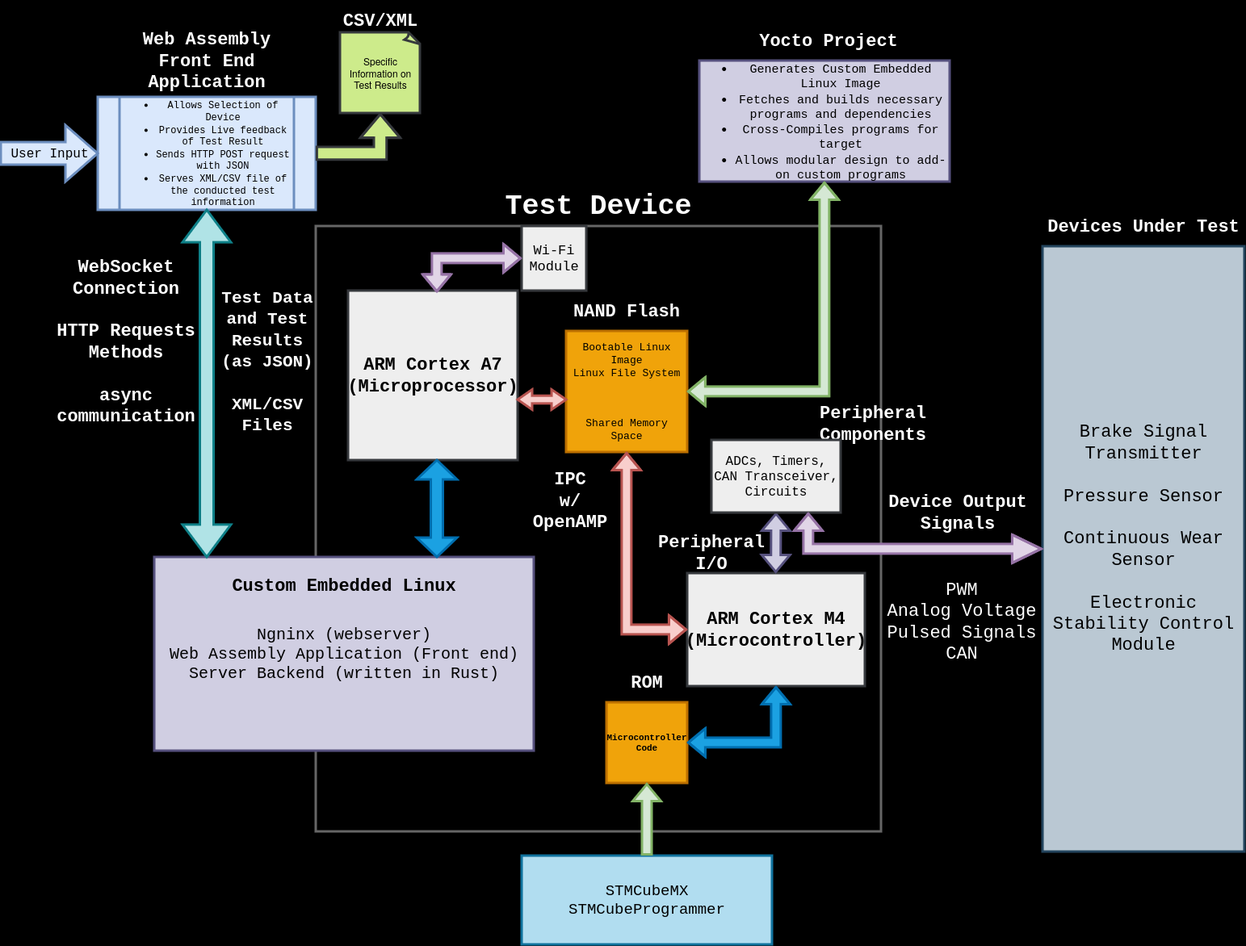
Earlier version of the draw.io export FinalPresentation-Release/assets/diagrams/block_diagram.drawio.png (DMGDy/ECE4820-Presentation). Source tidied: cells renumbered, new cells last; positions are measured from the earlier drawing's top-left corner, leaving out a move shared by most shapes.
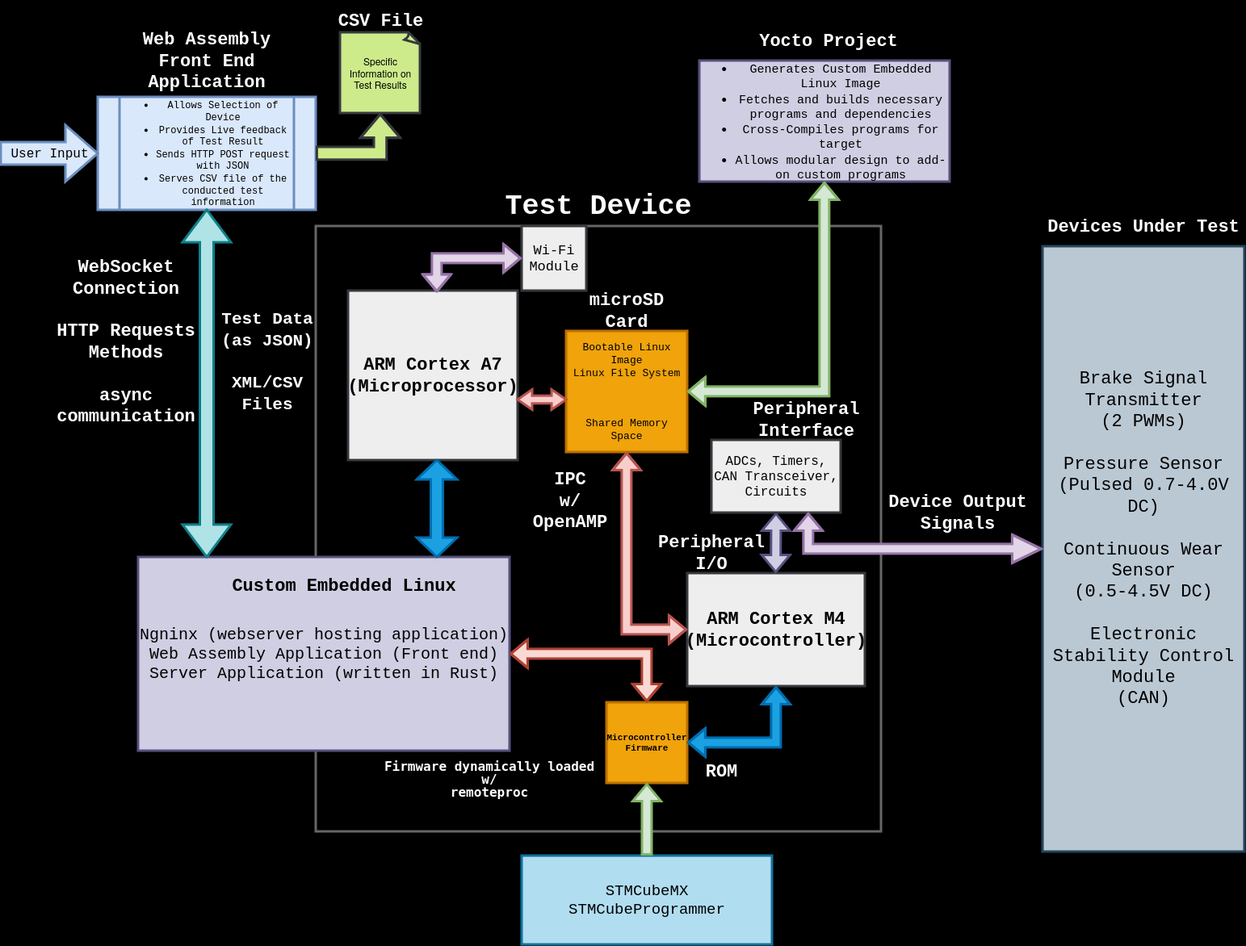
The same diagram one commit later.

What changed in the source:
```diff
@@ -2,21 +2,18 @@
   <root>
     <mxCell id="0" />
     <mxCell id="1" parent="0" />
+    <mxCell id="4" style="rounded=0;whiteSpace=wrap;html=1;labelBackgroundColor=none;strokeWidth=3;fillColor=#000000;strokeColor=#666666;gradientColor=none;" parent="1" vertex="1">
+      <mxGeometry x="390" y="280" width="700" height="750" as="geometry" />
+    </mxCell>
     <mxCell id="2" value="Devices Under Test" style="text;html=1;align=center;verticalAlign=middle;whiteSpace=wrap;rounded=0;fontFamily=Courier New;fontSize=22;fontStyle=1;labelBackgroundColor=none;strokeWidth=3;fontColor=#ffffff;" parent="1" vertex="1">
       <mxGeometry x="1290" y="255" width="250" height="50" as="geometry" />
     </mxCell>
-    <mxCell id="3" value="Brake Signal Transmitter&lt;br style=&quot;font-size: 22px;&quot;&gt;&lt;br style=&quot;font-size: 22px;&quot;&gt;Pressure Sensor&lt;br style=&quot;font-size: 22px;&quot;&gt;&lt;br style=&quot;font-size: 22px;&quot;&gt;Continuous Wear Sensor&lt;br style=&quot;font-size: 22px;&quot;&gt;&lt;br style=&quot;font-size: 22px;&quot;&gt;Electronic Stability Control Module&lt;br&gt;&lt;div style=&quot;font-size: 22px;&quot;&gt;&lt;br style=&quot;font-size: 22px;&quot;&gt;&lt;/div&gt;" style="text;html=1;align=center;verticalAlign=middle;whiteSpace=wrap;rounded=0;fontFamily=Courier New;fontSize=22;labelBackgroundColor=none;strokeWidth=3;strokeColor=#23445d;fillColor=#bac8d3;fontColor=#000000;" parent="1" vertex="1">
+    <mxCell id="3" value="Brake Signal Transmitter &lt;br&gt;(2 PWMs)&lt;br style=&quot;font-size: 22px;&quot;&gt;&lt;br style=&quot;font-size: 22px;&quot;&gt;Pressure Sensor&lt;br&gt;(Pulsed 0.7-4.0V DC)&lt;br style=&quot;font-size: 22px;&quot;&gt;&lt;br style=&quot;font-size: 22px;&quot;&gt;&lt;div&gt;Continuous Wear Sensor&lt;/div&gt;&lt;div&gt;(0.5-4.5V DC)&lt;br&gt;&lt;/div&gt;&lt;br style=&quot;font-size: 22px;&quot;&gt;Electronic Stability Control Module&lt;br&gt;(CAN)&lt;br&gt;&lt;div style=&quot;font-size: 22px;&quot;&gt;&lt;br style=&quot;font-size: 22px;&quot;&gt;&lt;/div&gt;" style="text;html=1;align=center;verticalAlign=middle;whiteSpace=wrap;rounded=0;fontFamily=Courier New;fontSize=22;labelBackgroundColor=none;strokeWidth=3;strokeColor=#23445d;fillColor=#bac8d3;fontColor=#000000;" parent="1" vertex="1">
       <mxGeometry x="1290" y="305" width="250" height="750" as="geometry" />
     </mxCell>
-    <mxCell id="4" style="rounded=0;whiteSpace=wrap;html=1;labelBackgroundColor=none;strokeWidth=3;fillColor=#000000;strokeColor=#666666;gradientColor=none;" parent="1" vertex="1">
-      <mxGeometry x="390" y="280" width="700" height="750" as="geometry" />
-    </mxCell>
     <mxCell id="5" value="Device Output Signals" style="text;html=1;align=center;verticalAlign=middle;whiteSpace=wrap;rounded=0;fontFamily=Courier New;fontSize=22;fontStyle=1;labelBackgroundColor=none;strokeWidth=3;fontColor=#FFFFFF;" parent="1" vertex="1">
       <mxGeometry x="1090" y="610" width="190" height="50" as="geometry" />
     </mxCell>
-    <mxCell id="6" value="PWM&lt;br&gt;Analog Voltage&lt;br&gt;Pulsed Signals&lt;br&gt;CAN" style="text;html=1;align=center;verticalAlign=middle;whiteSpace=wrap;rounded=0;fontFamily=Courier New;fontSize=22;labelBackgroundColor=none;strokeWidth=3;fontColor=#FFFFFF;" parent="1" vertex="1">
-      <mxGeometry x="1090" y="680" width="200" height="180" as="geometry" />
-    </mxCell>
     <mxCell id="7" value="Test Device" style="text;html=1;align=center;verticalAlign=middle;whiteSpace=wrap;rounded=0;fontFamily=Courier New;fontSize=35;fontStyle=1;labelBackgroundColor=none;strokeWidth=3;fontColor=#ffffff;" parent="1" vertex="1">
       <mxGeometry x="390" y="230" width="700" height="50" as="geometry" />
     </mxCell>
@@ -31,23 +28,20 @@
         <mxPoint x="959.8" y="710" as="sourcePoint" />
       </mxGeometry>
     </mxCell>
-    <mxCell id="11" value="Peripheral Components" style="text;html=1;align=center;verticalAlign=middle;whiteSpace=wrap;rounded=0;fontFamily=Courier New;fontSize=22;fontStyle=1;direction=west;labelBackgroundColor=none;strokeWidth=3;fontColor=#ffffff;" parent="1" vertex="1">
-      <mxGeometry x="1000" y="500" width="160" height="50" as="geometry" />
+    <mxCell id="11" value="Peripheral &lt;br&gt;Interface" style="text;html=1;align=center;verticalAlign=middle;whiteSpace=wrap;rounded=0;fontFamily=Courier New;fontSize=22;fontStyle=1;direction=west;labelBackgroundColor=none;strokeWidth=3;fontColor=#ffffff;" parent="1" vertex="1">
+      <mxGeometry x="885" y="495" width="225" height="50" as="geometry" />
     </mxCell>
-    <mxCell id="12" value="&lt;font style=&quot;font-size: 11px;&quot;&gt;&lt;b&gt;Microcontroller&lt;br&gt;Code&lt;/b&gt;&lt;/font&gt;" style="whiteSpace=wrap;html=1;fontSize=10;fontFamily=Courier New;labelBackgroundColor=none;strokeWidth=3;strokeColor=#BD7000;fillColor=#f0a30a;fontColor=#000000;" parent="1" vertex="1">
+    <mxCell id="12" value="&lt;font style=&quot;font-size: 11px;&quot;&gt;&lt;b&gt;Microcontroller&lt;br&gt;Firmware&lt;br&gt;&lt;/b&gt;&lt;/font&gt;" style="whiteSpace=wrap;html=1;fontSize=10;fontFamily=Courier New;labelBackgroundColor=none;strokeWidth=3;strokeColor=#BD7000;fillColor=#f0a30a;fontColor=#000000;" parent="1" vertex="1">
       <mxGeometry x="750" y="870" width="100" height="100" as="geometry" />
     </mxCell>
-    <mxCell id="13" value="ROM" style="text;html=1;align=center;verticalAlign=middle;whiteSpace=wrap;rounded=0;fontFamily=Courier New;fontSize=22;fontStyle=1;direction=west;labelBackgroundColor=none;strokeWidth=3;fontColor=#ffffff;" parent="1" vertex="1">
-      <mxGeometry x="750" y="820" width="100" height="50" as="geometry" />
-    </mxCell>
     <mxCell id="14" style="whiteSpace=wrap;html=1;labelBackgroundColor=none;strokeWidth=3;strokeColor=#36393d;fillColor=#eeeeee;" parent="1" vertex="1">
       <mxGeometry x="430" y="360" width="210" height="210" as="geometry" />
     </mxCell>
     <mxCell id="15" value="ARM Cortex A7&lt;br&gt;(Microprocessor)" style="text;html=1;align=center;verticalAlign=middle;whiteSpace=wrap;rounded=0;fontFamily=Courier New;fontSize=22;fontStyle=1;labelBackgroundColor=none;strokeWidth=3;fontColor=#000000;" parent="1" vertex="1">
       <mxGeometry x="435" y="440" width="200" height="50" as="geometry" />
     </mxCell>
-    <mxCell id="16" value="&lt;font face=&quot;Courier New&quot; style=&quot;font-size: 20px;&quot;&gt;Ngninx (webserver)&lt;br&gt;Web Assembly Application (Front end)&lt;br&gt;Server Backend (written in Rust)&lt;br&gt;&lt;/font&gt;" style="rounded=0;whiteSpace=wrap;html=1;labelBackgroundColor=none;strokeWidth=3;strokeColor=#56517e;fillColor=#d0cee2;fontColor=#000000;" parent="1" vertex="1">
-      <mxGeometry x="190" y="690" width="470" height="240" as="geometry" />
+    <mxCell id="16" value="&lt;font face=&quot;Courier New&quot; style=&quot;font-size: 20px;&quot;&gt;Ngninx (webserver hosting application)&lt;br&gt;Web Assembly Application (Front end)&lt;br&gt;Server Application (written in Rust)&lt;br&gt;&lt;/font&gt;" style="rounded=0;whiteSpace=wrap;html=1;labelBackgroundColor=none;strokeWidth=3;strokeColor=#56517e;fillColor=#d0cee2;fontColor=#000000;" parent="1" vertex="1">
+      <mxGeometry x="170" y="690" width="460" height="240" as="geometry" />
     </mxCell>
     <mxCell id="17" style="shape=doubleArrow;whiteSpace=wrap;html=1;direction=south;labelBackgroundColor=none;strokeWidth=3;fillColor=#1ba1e2;strokeColor=#006EAF;fontColor=#ffffff;" parent="1" vertex="1">
       <mxGeometry x="515" y="570" width="50" height="120" as="geometry" />
@@ -61,7 +55,7 @@
     <mxCell id="20" value="Bootable Linux Image&lt;br style=&quot;font-size: 13px;&quot;&gt;Linux File System&lt;br style=&quot;font-size: 13px;&quot;&gt;&lt;br style=&quot;font-size: 13px;&quot;&gt;&lt;br style=&quot;font-size: 13px;&quot;&gt;&lt;br style=&quot;font-size: 13px;&quot;&gt;Shared Memory Space" style="whiteSpace=wrap;html=1;fontFamily=Courier New;fontSize=13;labelBackgroundColor=none;strokeWidth=3;strokeColor=#BD7000;fillColor=#f0a30a;fontColor=#000000;" parent="1" vertex="1">
       <mxGeometry x="700" y="410" width="150" height="150" as="geometry" />
     </mxCell>
-    <mxCell id="21" value="NAND Flash" style="text;html=1;align=center;verticalAlign=middle;whiteSpace=wrap;rounded=0;fontFamily=Courier New;fontSize=22;fontStyle=1;labelBackgroundColor=none;strokeWidth=3;fontColor=#ffffff;" parent="1" vertex="1">
+    <mxCell id="21" value="microSD Card" style="text;html=1;align=center;verticalAlign=middle;whiteSpace=wrap;rounded=0;fontFamily=Courier New;fontSize=22;fontStyle=1;labelBackgroundColor=none;strokeWidth=3;fontColor=#ffffff;" parent="1" vertex="1">
       <mxGeometry x="700" y="360" width="150" height="50" as="geometry" />
     </mxCell>
     <mxCell id="22" style="shape=doubleArrow;whiteSpace=wrap;html=1;arrowWidth=0.3828571428571377;arrowSize=0.3;labelBackgroundColor=none;strokeWidth=3;fillColor=#f8cecc;strokeColor=#b85450;" parent="1" vertex="1">
@@ -90,7 +84,7 @@
         </Array>
       </mxGeometry>
     </mxCell>
-    <mxCell id="28" value="&lt;ul style=&quot;font-size: 12px;&quot;&gt;&lt;li style=&quot;font-size: 12px;&quot;&gt;Allows Selection of Device&lt;/li&gt;&lt;li style=&quot;font-size: 12px;&quot;&gt;Provides Live feedback of Test Result&lt;/li&gt;&lt;li style=&quot;font-size: 12px;&quot;&gt;Sends HTTP POST request&lt;br style=&quot;font-size: 12px;&quot;&gt;with JSON&lt;br style=&quot;font-size: 12px;&quot;&gt;&lt;/li&gt;&lt;li style=&quot;font-size: 12px;&quot;&gt;Serves XML/CSV file of the conducted test information&lt;br style=&quot;font-size: 12px;&quot;&gt;&lt;/li&gt;&lt;/ul&gt;" style="shape=process;whiteSpace=wrap;html=1;backgroundOutline=1;fontFamily=Courier New;fontSize=12;fontStyle=0;labelBackgroundColor=none;strokeWidth=3;strokeColor=#6c8ebf;fillColor=#dae8fc;gradientColor=none;fontColor=#000000;" parent="1" vertex="1">
+    <mxCell id="28" value="&lt;ul style=&quot;font-size: 12px;&quot;&gt;&lt;li style=&quot;font-size: 12px;&quot;&gt;Allows Selection of Device&lt;/li&gt;&lt;li style=&quot;font-size: 12px;&quot;&gt;Provides Live feedback of Test Result&lt;/li&gt;&lt;li style=&quot;font-size: 12px;&quot;&gt;Sends HTTP POST request&lt;br style=&quot;font-size: 12px;&quot;&gt;with JSON&lt;br style=&quot;font-size: 12px;&quot;&gt;&lt;/li&gt;&lt;li style=&quot;font-size: 12px;&quot;&gt;Serves CSV file of the conducted test information&lt;br style=&quot;font-size: 12px;&quot;&gt;&lt;/li&gt;&lt;/ul&gt;" style="shape=process;whiteSpace=wrap;html=1;backgroundOutline=1;fontFamily=Courier New;fontSize=12;fontStyle=0;labelBackgroundColor=none;strokeWidth=3;strokeColor=#6c8ebf;fillColor=#dae8fc;gradientColor=none;fontColor=#000000;" parent="1" vertex="1">
       <mxGeometry x="120" y="120" width="270" height="140" as="geometry" />
     </mxCell>
     <mxCell id="29" value="Web Assembly&lt;br&gt;Front End Application" style="text;html=1;align=center;verticalAlign=middle;whiteSpace=wrap;rounded=0;fontFamily=Courier New;fontSize=22;fontStyle=1;labelBackgroundColor=none;strokeWidth=3;fontColor=#ffffff;" parent="1" vertex="1">
@@ -105,7 +99,7 @@
     <mxCell id="32" value="WebSocket&lt;br&gt;Connection&lt;br&gt;&lt;br&gt;HTTP Requests Methods&lt;br&gt;&lt;br&gt;async communication" style="text;html=1;align=center;verticalAlign=middle;whiteSpace=wrap;rounded=0;fontFamily=Courier New;fontSize=22;fontStyle=1;labelBackgroundColor=none;strokeWidth=3;fontColor=#ffffff;" parent="1" vertex="1">
       <mxGeometry x="70" y="305" width="170" height="235" as="geometry" />
     </mxCell>
-    <mxCell id="33" value="&lt;font style=&quot;font-size: 21px;&quot;&gt; Test Data and Test Results (as JSON)&lt;br&gt;&lt;br&gt;XML/CSV&lt;br&gt;Files&lt;/font&gt;&lt;div style=&quot;font-size: 21px;&quot;&gt;&lt;font style=&quot;font-size: 21px;&quot;&gt;&lt;br&gt;&lt;/font&gt;&lt;/div&gt;" style="text;html=1;align=center;verticalAlign=middle;whiteSpace=wrap;rounded=0;fontFamily=Courier New;fontSize=22;fontStyle=1;labelBackgroundColor=none;strokeWidth=3;fontColor=#ffffff;" parent="1" vertex="1">
+    <mxCell id="33" value="&lt;div&gt;&lt;font style=&quot;font-size: 21px;&quot;&gt; Test Data (as JSON)&lt;/font&gt;&lt;/div&gt;&lt;font style=&quot;font-size: 21px;&quot;&gt;&lt;br&gt;XML/CSV&lt;br&gt;Files&lt;/font&gt;&lt;div style=&quot;font-size: 21px;&quot;&gt;&lt;font style=&quot;font-size: 21px;&quot;&gt;&lt;br&gt;&lt;/font&gt;&lt;/div&gt;" style="text;html=1;align=center;verticalAlign=middle;whiteSpace=wrap;rounded=0;fontFamily=Courier New;fontSize=22;fontStyle=1;labelBackgroundColor=none;strokeWidth=3;fontColor=#ffffff;" parent="1" vertex="1">
       <mxGeometry x="270" y="270" width="120" height="380" as="geometry" />
     </mxCell>
     <mxCell id="34" style="shape=flexArrow;endArrow=classic;html=1;rounded=0;exitX=1;exitY=0.5;exitDx=0;exitDy=0;endWidth=30.52154195011338;endSize=8.745238095238093;width=13.809523809523808;entryX=0.5;entryY=1;entryDx=0;entryDy=0;entryPerimeter=0;fontColor=#FFFFFF;labelBackgroundColor=none;strokeWidth=3;fillColor=#cdeb8b;strokeColor=#36393d;" parent="1" edge="1" source="28" target="35">
@@ -118,8 +112,8 @@
     <mxCell id="35" value="Specific Information on Test Results" style="whiteSpace=wrap;html=1;shape=mxgraph.basic.document;labelBackgroundColor=none;strokeWidth=3;strokeColor=#36393d;fillColor=#cdeb8b;fontColor=#000000;" parent="1" vertex="1">
       <mxGeometry x="420" y="40" width="100" height="100" as="geometry" />
     </mxCell>
-    <mxCell id="36" value="CSV/XML" style="text;html=1;align=center;verticalAlign=middle;whiteSpace=wrap;rounded=0;fontFamily=Courier New;fontSize=22;fontStyle=1;direction=west;labelBackgroundColor=none;strokeWidth=3;fontColor=#ffffff;" parent="1" vertex="1">
-      <mxGeometry x="420" width="100" height="50" as="geometry" />
+    <mxCell id="36" value="CSV File" style="text;html=1;align=center;verticalAlign=middle;whiteSpace=wrap;rounded=0;fontFamily=Courier New;fontSize=22;fontStyle=1;direction=west;labelBackgroundColor=none;strokeWidth=3;fontColor=#ffffff;" parent="1" vertex="1">
+      <mxGeometry x="407.5" width="125" height="50" as="geometry" />
     </mxCell>
     <mxCell id="37" value="STMCubeMX&lt;br style=&quot;font-size: 19px;&quot;&gt;STMCubeProgrammer" style="rounded=0;whiteSpace=wrap;html=1;fontSize=19;fontFamily=Courier New;strokeWidth=3;strokeColor=#10739e;fillColor=#b1ddf0;fontColor=#000000;" parent="1" vertex="1">
       <mxGeometry x="645" y="1060" width="310" height="110" as="geometry" />
@@ -156,5 +150,18 @@
         </Array>
       </mxGeometry>
     </mxCell>
+    <mxCell id="44" style="shape=flexArrow;endArrow=classic;startArrow=classic;html=1;rounded=0;exitX=1;exitY=0.5;exitDx=0;exitDy=0;strokeColor=#ae4132;fillColor=#fad9d5;strokeWidth=3;entryX=0.5;entryY=0;entryDx=0;entryDy=0;" parent="1" edge="1" source="16" target="12">
+      <mxGeometry relative="1" as="geometry">
+        <Array as="points">
+          <mxPoint x="800" y="810" />
+        </Array>
+      </mxGeometry>
+    </mxCell>
+    <mxCell id="13" value="ROM" style="text;html=1;align=center;verticalAlign=middle;whiteSpace=wrap;rounded=0;fontFamily=Courier New;fontSize=22;fontStyle=1;labelBackgroundColor=none;strokeWidth=3;fontColor=#ffffff;" parent="1" vertex="1">
+      <mxGeometry x="855" y="930" width="75" height="50" as="geometry" />
+    </mxCell>
+    <mxCell id="45" value="&lt;p style=&quot;line-height: 110%;&quot;&gt;&lt;/p&gt;&lt;pre style=&quot;line-height: 0%; font-size: 16px;&quot;&gt;&lt;font style=&quot;font-size: 16px;&quot;&gt;Firmware dynamically loaded&lt;br&gt;&lt;/font&gt;&lt;/pre&gt;&lt;pre style=&quot;line-height: 0%; font-size: 16px;&quot;&gt;&lt;font style=&quot;font-size: 16px;&quot;&gt;w/&lt;/font&gt;&lt;/pre&gt;&lt;pre style=&quot;line-height: 0%; font-size: 16px;&quot;&gt;&lt;font style=&quot;font-size: 16px;&quot;&gt;remoteproc&lt;font style=&quot;font-size: 16px;&quot;&gt;&lt;font style=&quot;font-size: 16px;&quot;&gt;&lt;br&gt;&lt;/font&gt;&lt;/font&gt;&lt;/font&gt;&lt;/pre&gt;&lt;p&gt;&lt;/p&gt;" style="text;html=1;align=center;verticalAlign=middle;whiteSpace=wrap;rounded=0;fontFamily=Courier New;fontSize=13;fontStyle=1;labelBackgroundColor=none;strokeWidth=3;fontColor=#FFFFFF;" parent="1" vertex="1">
+      <mxGeometry x="475" y="930" width="260" height="70" as="geometry" />
+    </mxCell>
   </root>
 </mxGraphModel>
```
